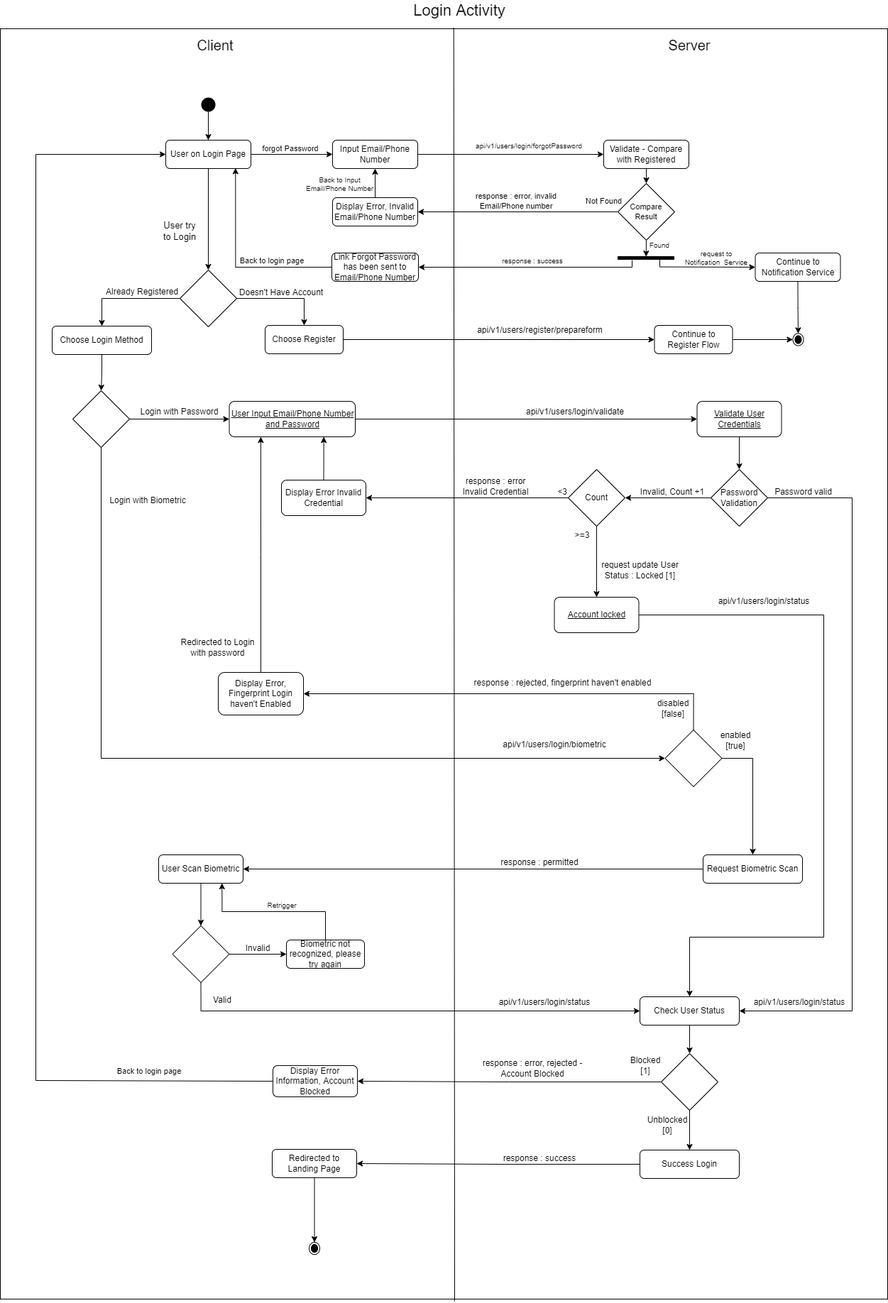
The draw.io diagram API - UML (Activity Diagram)/Activity Diagram - Login.png in emji-MG/ApplicationDesign, before a commit. Source tidied: cells renumbered, new cells last; positions are measured from the earlier drawing's top-left corner, leaving out a move shared by most shapes.
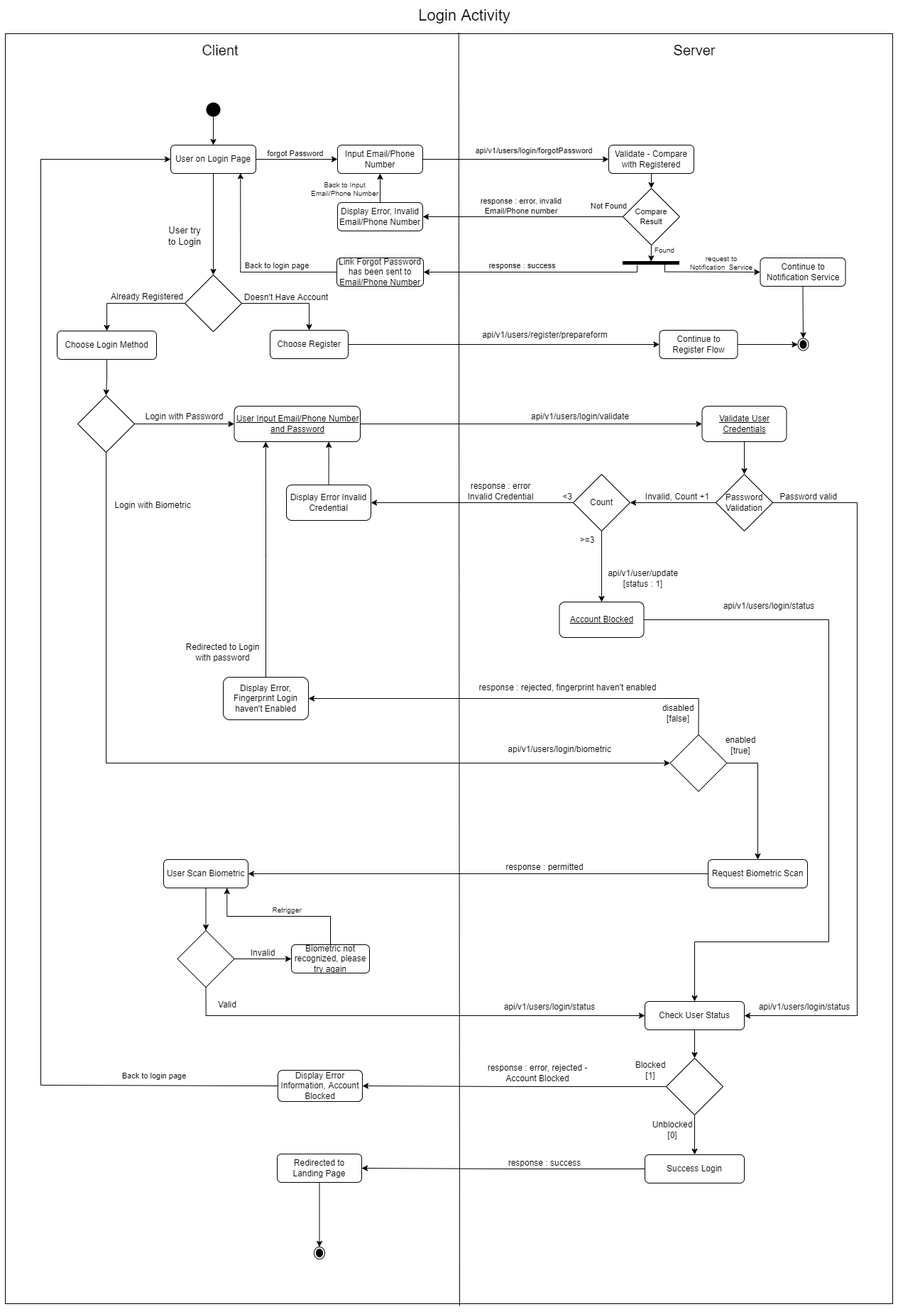
The same diagram one commit later.

Diff of the diagram source:
```diff
@@ -270,12 +270,9 @@
         </Array>
       </mxGeometry>
     </mxCell>
-    <mxCell id="85" value="Account locked" style="rounded=1;whiteSpace=wrap;html=1;fontSize=12;fontStyle=4;" parent="1" vertex="1">
+    <mxCell id="85" value="Account Blocked" style="rounded=1;whiteSpace=wrap;html=1;fontSize=12;fontStyle=4;" parent="1" vertex="1">
       <mxGeometry x="780.5" y="841" width="119" height="50" as="geometry" />
     </mxCell>
-    <mxCell id="86" value="request update User Status : Locked [1]" style="text;html=1;strokeColor=none;fillColor=none;align=center;verticalAlign=middle;whiteSpace=wrap;rounded=0;fontSize=12;" parent="1" vertex="1">
-      <mxGeometry x="833" y="797" width="137" height="11" as="geometry" />
-    </mxCell>
     <mxCell id="87" value="api/v1/users/login/status" style="text;html=1;strokeColor=none;fillColor=none;align=center;verticalAlign=middle;whiteSpace=wrap;rounded=0;fontSize=12;" parent="1" vertex="1">
       <mxGeometry x="1011" y="832" width="130" height="30" as="geometry" />
     </mxCell>
@@ -363,8 +360,8 @@
     <mxCell id="112" value="Found" style="text;html=1;strokeColor=none;fillColor=none;align=center;verticalAlign=middle;whiteSpace=wrap;rounded=0;fontSize=10;" parent="1" vertex="1">
       <mxGeometry x="898.5" y="330" width="60" height="30" as="geometry" />
     </mxCell>
-    <mxCell id="113" value="response : success" style="text;html=1;strokeColor=none;fillColor=none;align=center;verticalAlign=middle;whiteSpace=wrap;rounded=0;fontSize=10;" parent="1" vertex="1">
-      <mxGeometry x="705" y="352" width="90" height="30" as="geometry" />
+    <mxCell id="113" value="response : success" style="text;html=1;strokeColor=none;fillColor=none;align=center;verticalAlign=middle;whiteSpace=wrap;rounded=0;fontSize=11;" parent="1" vertex="1">
+      <mxGeometry x="675.5" y="352" width="105" height="30" as="geometry" />
     </mxCell>
     <mxCell id="114" value="request to Notification&amp;nbsp; Service" style="text;html=1;strokeColor=none;fillColor=none;align=center;verticalAlign=middle;whiteSpace=wrap;rounded=0;fontSize=10;" parent="1" vertex="1">
       <mxGeometry x="958.5" y="348" width="100" height="30" as="geometry" />
@@ -378,7 +375,7 @@
     <mxCell id="117" value="Retrigger" style="text;html=1;strokeColor=none;fillColor=none;align=center;verticalAlign=middle;whiteSpace=wrap;rounded=0;fontSize=10;" parent="1" vertex="1">
       <mxGeometry x="367" y="1260" width="60" height="30" as="geometry" />
     </mxCell>
-    <mxCell id="118" value="api/v1/users/login/forgotPassword" style="text;html=1;strokeColor=none;fillColor=none;align=center;verticalAlign=middle;whiteSpace=wrap;rounded=0;fontSize=10;" parent="1" vertex="1">
+    <mxCell id="118" value="api/v1/users/login/forgotPassword" style="text;html=1;strokeColor=none;fillColor=none;align=center;verticalAlign=middle;whiteSpace=wrap;rounded=0;fontSize=11;" parent="1" vertex="1">
       <mxGeometry x="670" y="190" width="150" height="30" as="geometry" />
     </mxCell>
     <mxCell id="119" value="Client" style="text;html=1;strokeColor=none;fillColor=none;align=center;verticalAlign=middle;whiteSpace=wrap;rounded=0;fontSize=20;" parent="1" vertex="1">
@@ -390,5 +387,8 @@
     <mxCell id="121" value="response : success" style="text;html=1;strokeColor=none;fillColor=none;align=center;verticalAlign=middle;whiteSpace=wrap;rounded=0;fontSize=12;" parent="1" vertex="1">
       <mxGeometry x="665" y="1617" width="190" height="30" as="geometry" />
     </mxCell>
+    <mxCell id="122" value="api/v1/user/update [status : 1]" style="text;html=1;strokeColor=none;fillColor=none;align=center;verticalAlign=middle;whiteSpace=wrap;rounded=0;fontSize=12;" parent="1" vertex="1">
+      <mxGeometry x="830" y="799" width="137" height="18" as="geometry" />
+    </mxCell>
   </root>
 </mxGraphModel>
```
